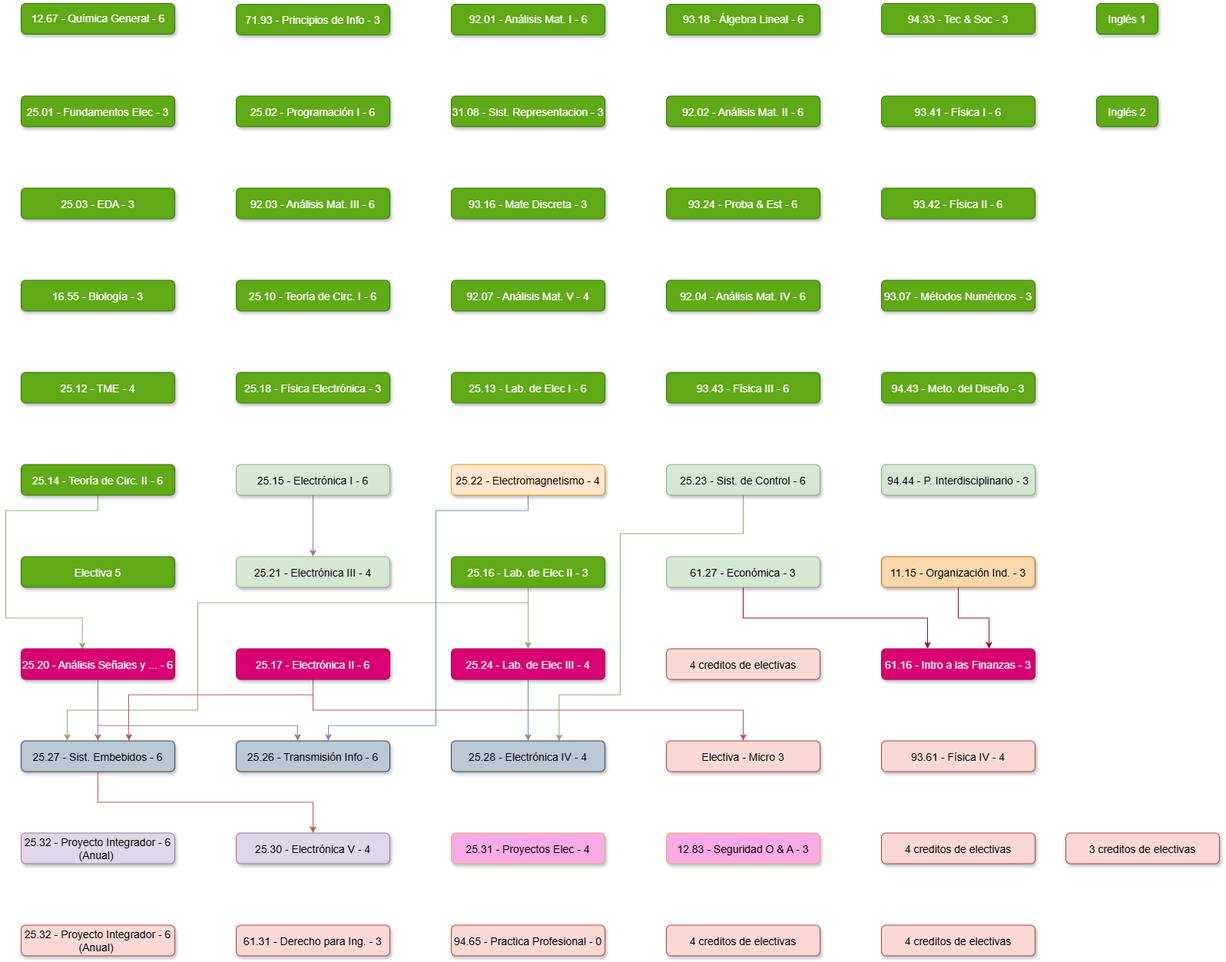
juanipla/K22 keeps this draw.io diagram as K22.drawio.png. Above is the earlier version. Source tidied: cells renumbered, new cells last; positions are measured from the earlier drawing's top-left corner, leaving out a move shared by most shapes.
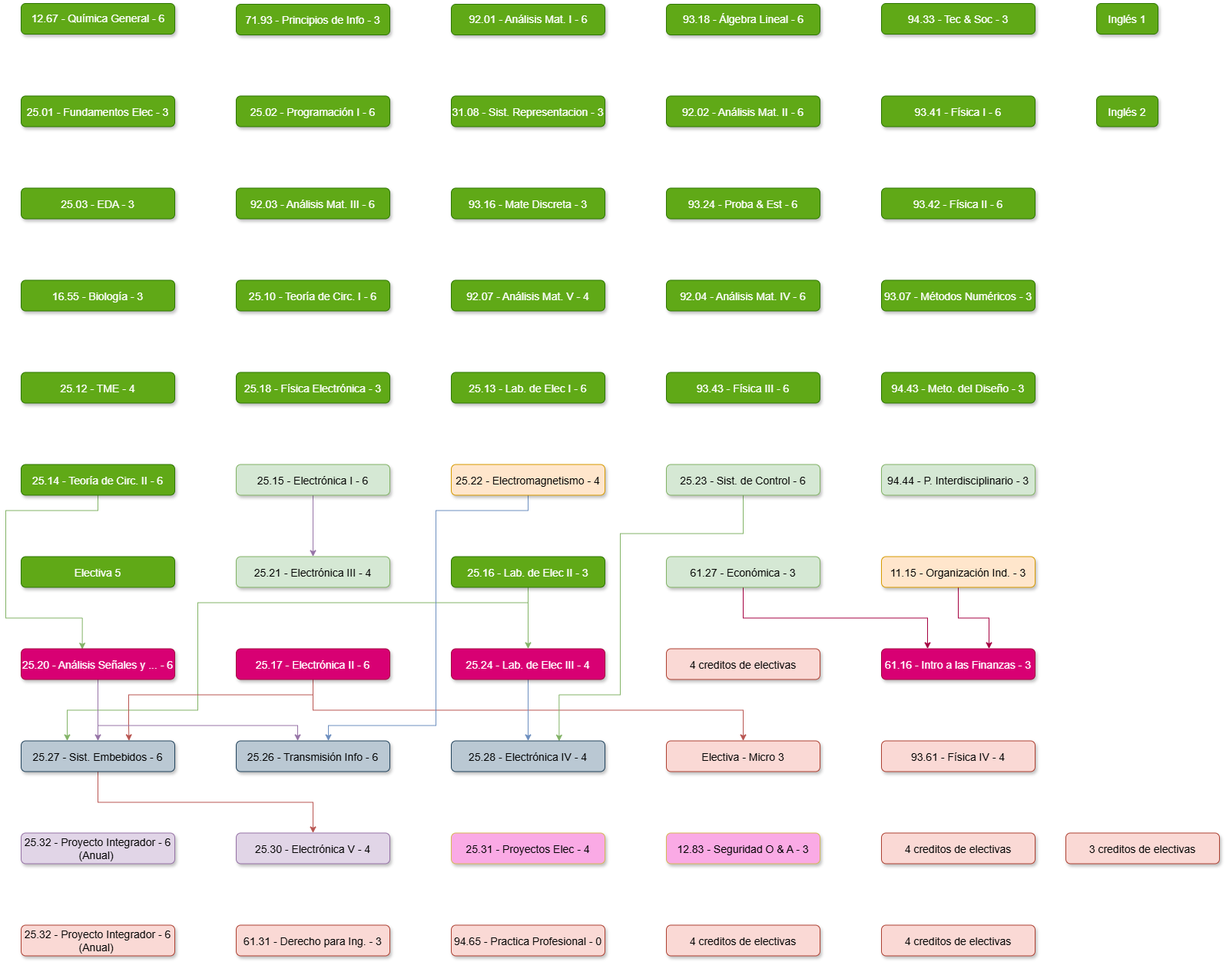
After the change.

What changed in the source:
```diff
@@ -207,7 +207,7 @@
         </Array>
       </mxGeometry>
     </mxCell>
-    <mxCell id="45" value="11.15 - Organización Ind. - 3" style="rounded=1;fillColor=#fad7ac;strokeColor=#b46504;shadow=1;fontStyle=0;fontSize=14;labelBorderColor=none;labelBackgroundColor=none;verticalAlign=middle;" parent="1" vertex="1">
+    <mxCell id="45" value="11.15 - Organización Ind. - 3" style="rounded=1;fillColor=#ffe6cc;strokeColor=#d79b00;shadow=1;fontStyle=0;fontSize=14;labelBorderColor=none;labelBackgroundColor=none;verticalAlign=middle;" parent="1" vertex="1">
       <mxGeometry x="1140" y="720" width="200" height="40" as="geometry" />
     </mxCell>
     <mxCell id="46" value="25.32 - Proyecto Integrador - 6&#10;(Anual) " style="rounded=1;fillColor=#e1d5e7;strokeColor=#9673a6;shadow=1;fontStyle=0;fontSize=14;labelBorderColor=none;labelBackgroundColor=none;" parent="1" vertex="1">
```
